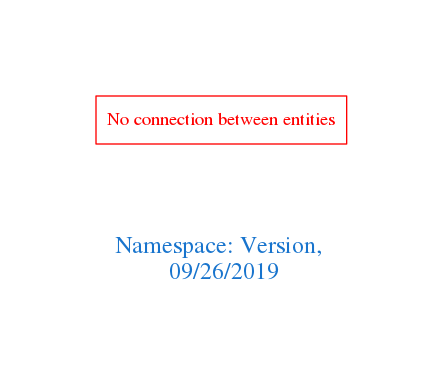
Before: downloads/Version.png, a diagram exported from Graphviz (arago/OGIT). Its source is kept beside it as downloads/Version.dot.
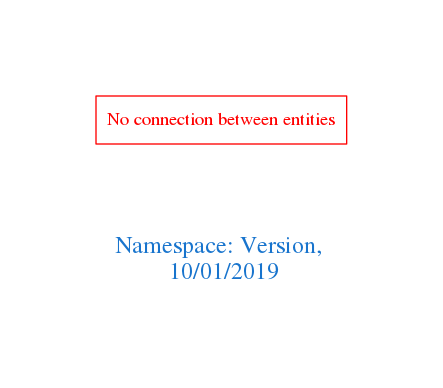
Later version of the same file.

What changed in the source:
```diff
@@ -1,7 +1,7 @@
 digraph OGIT_ontology {
  graph [ rankdir= LR,pad=1
 fontsize = 18,
-fontcolor= dodgerblue3,label = "\n\n\nNamespace: Version, \n 09/26/2019"];
+fontcolor= dodgerblue3,label = "\n\n\nNamespace: Version, \n 10/01/2019"];
 node[shape=polygon];
 edge [  color="gray81"];
 
```
